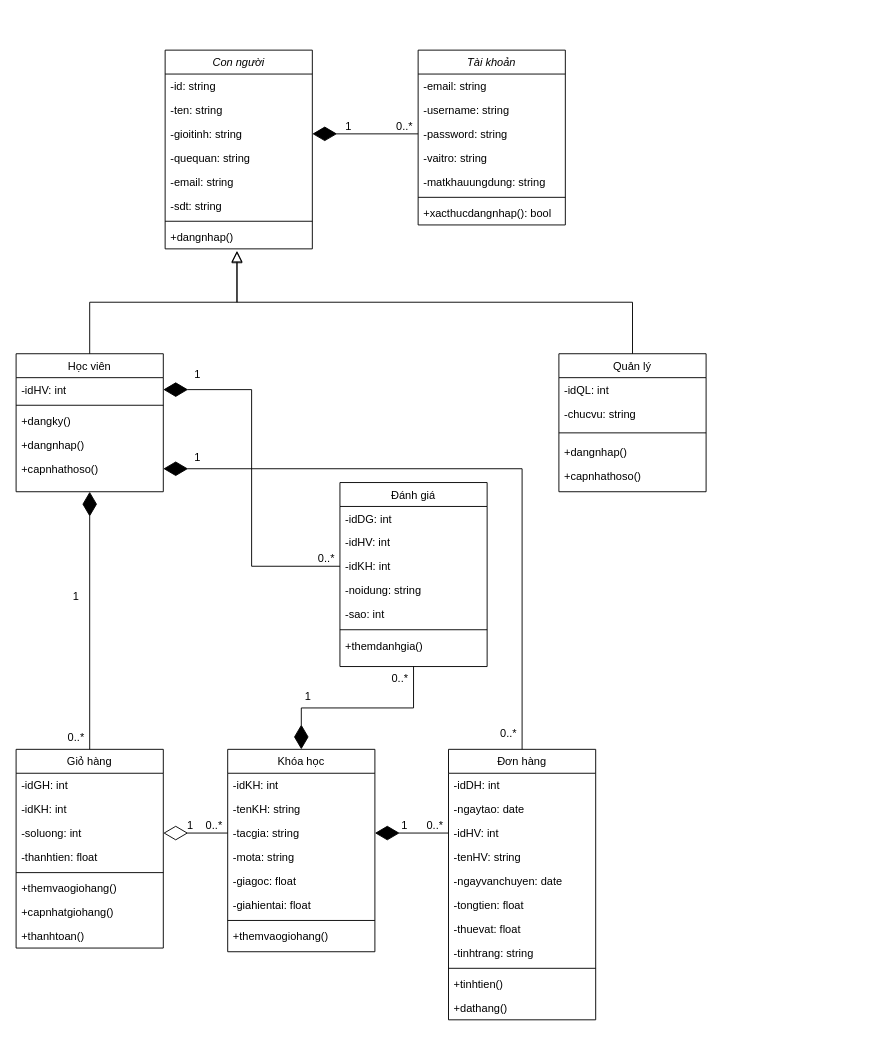
Earlier version of the draw.io diagram SAD Diagrams/class_diagram.drawio (hvt299/do_an_co_so_2). Source tidied: cells renumbered, new cells numbered last; positions are measured from the earlier drawing's top-left corner, leaving out a move shared by most shapes. Both pictures are drawn from the tidied source at 92%, with x=0, y=0 at pixel (16, 50).
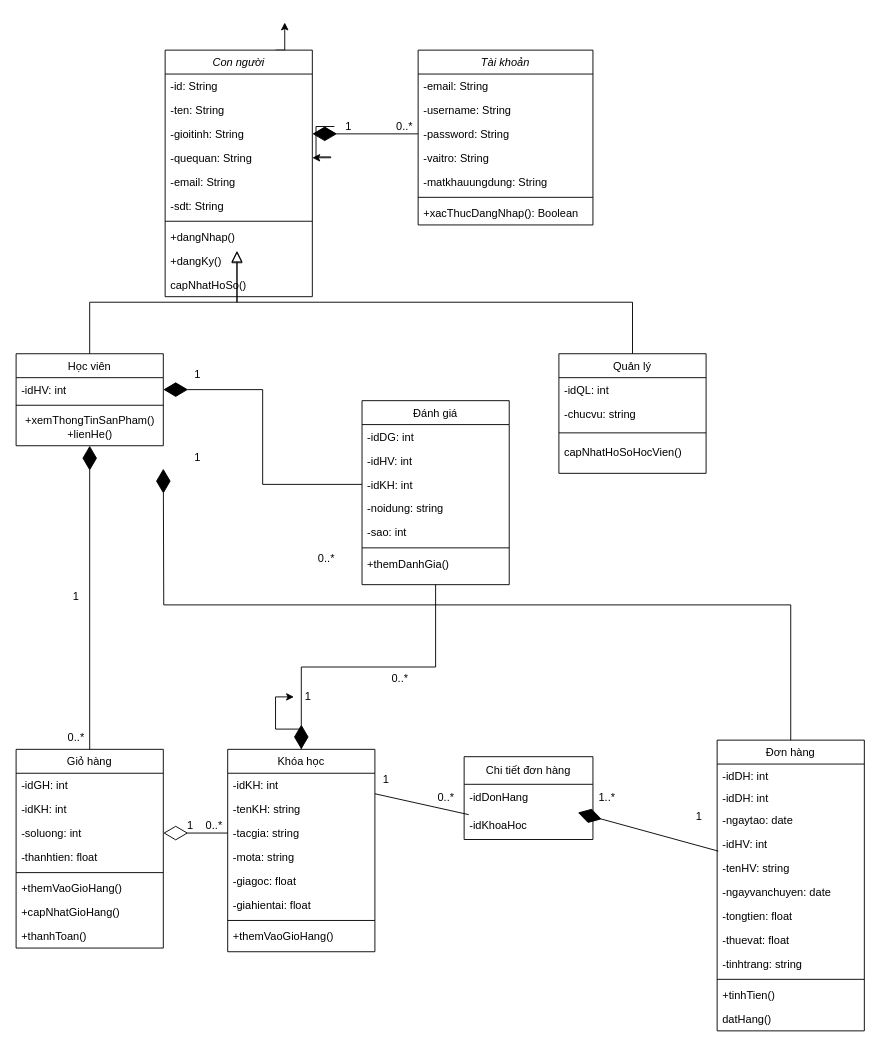
The same diagram, later.

Commit message:
Thay đổi class_diagram

The change refers to these unchanged cells:
```xml
<mxCell id="24" value="Giỏ hàng" style="swimlane;fontStyle=0;align=center;verticalAlign=top;horizontal=1;startSize=26;rounded=0;shadow=0;strokeWidth=1;" parent="1" vertex="1">
  <mxGeometry y="760" width="160" height="216" as="geometry" />
</mxCell>
<mxCell id="51" value="Khóa học" style="swimlane;fontStyle=0;align=center;verticalAlign=top;horizontal=1;startSize=26;rounded=0;shadow=0;strokeWidth=1;" parent="1" vertex="1">
  <mxGeometry x="230" y="760" width="160" height="220" as="geometry" />
</mxCell>
<mxCell id="54" value="-tacgia: string" style="text;align=left;verticalAlign=top;spacingLeft=4;spacingRight=4;overflow=hidden;points=[[0,0.5],[1,0.5]];portConstraint=eastwest;" parent="51" vertex="1">
  <mxGeometry y="78" width="160" height="26" as="geometry" />
</mxCell>
<mxCell id="79" value="&lt;span style=&quot;font-weight: normal;&quot;&gt;1&lt;/span&gt;" style="text;align=center;fontStyle=1;verticalAlign=middle;spacingLeft=3;spacingRight=3;strokeColor=none;points=[[0,0.5],[1,0.5]];portConstraint=eastwest;html=1;" parent="1" vertex="1">
  <mxGeometry x="302" y="690" width="30" height="26" as="geometry" />
</mxCell>
<mxCell id="90" value="&lt;span style=&quot;font-weight: normal;&quot;&gt;1&lt;/span&gt;" style="text;align=center;fontStyle=1;verticalAlign=middle;spacingLeft=3;spacingRight=3;strokeColor=none;points=[[0,0.5],[1,0.5]];portConstraint=eastwest;html=1;" parent="1" vertex="1">
  <mxGeometry x="346" y="70" width="30" height="26" as="geometry" />
</mxCell>
```

Change to the diagram source:
```diff
@@
     <mxCell id="2" value="Tài khoản" style="swimlane;fontStyle=2;align=center;verticalAlign=top;horizontal=1;startSize=26;rounded=0;shadow=0;strokeWidth=1;" parent="1" vertex="1">
-      <mxGeometry x="437" width="160" height="190" as="geometry" />
+      <mxGeometry x="437" width="190" height="190" as="geometry" />
     </mxCell>
-    <mxCell id="3" value="-email: string" style="text;align=left;verticalAlign=top;spacingLeft=4;spacingRight=4;overflow=hidden;" parent="2" vertex="1">
-      <mxGeometry y="26" width="160" height="26" as="geometry" />
+    <mxCell id="3" value="-email: String" style="text;align=left;verticalAlign=top;spacingLeft=4;spacingRight=4;overflow=hidden;" parent="2" vertex="1">
+      <mxGeometry y="26" width="190" height="26" as="geometry" />
     </mxCell>
-    <mxCell id="4" value="-username: string" style="text;align=left;verticalAlign=top;spacingLeft=4;spacingRight=4;overflow=hidden;rounded=0;shadow=0;html=0;" parent="2" vertex="1">
-      <mxGeometry y="52" width="160" height="26" as="geometry" />
+    <mxCell id="4" value="-username: String" style="text;align=left;verticalAlign=top;spacingLeft=4;spacingRight=4;overflow=hidden;rounded=0;shadow=0;html=0;" parent="2" vertex="1">
+      <mxGeometry y="52" width="190" height="26" as="geometry" />
     </mxCell>
-    <mxCell id="5" value="-password: string" style="text;align=left;verticalAlign=top;spacingLeft=4;spacingRight=4;overflow=hidden;points=[[0,0.5],[1,0.5]];portConstraint=eastwest;rounded=0;shadow=0;html=0;" parent="2" vertex="1">
-      <mxGeometry y="78" width="160" height="26" as="geometry" />
+    <mxCell id="5" value="-password: String" style="text;align=left;verticalAlign=top;spacingLeft=4;spacingRight=4;overflow=hidden;points=[[0,0.5],[1,0.5]];portConstraint=eastwest;rounded=0;shadow=0;html=0;" parent="2" vertex="1">
+      <mxGeometry y="78" width="190" height="26" as="geometry" />
     </mxCell>
-    <mxCell id="6" value="-vaitro: string" style="text;align=left;verticalAlign=top;spacingLeft=4;spacingRight=4;overflow=hidden;rounded=0;shadow=0;html=0;" parent="2" vertex="1">
-      <mxGeometry y="104" width="160" height="26" as="geometry" />
+    <mxCell id="6" value="-vaitro: String" style="text;align=left;verticalAlign=top;spacingLeft=4;spacingRight=4;overflow=hidden;rounded=0;shadow=0;html=0;" parent="2" vertex="1">
+      <mxGeometry y="104" width="190" height="26" as="geometry" />
     </mxCell>
-    <mxCell id="7" value="-matkhauungdung: string" style="text;align=left;verticalAlign=top;spacingLeft=4;spacingRight=4;overflow=hidden;rounded=0;shadow=0;html=0;" parent="2" vertex="1">
-      <mxGeometry y="130" width="160" height="26" as="geometry" />
+    <mxCell id="7" value="-matkhauungdung: String" style="text;align=left;verticalAlign=top;spacingLeft=4;spacingRight=4;overflow=hidden;rounded=0;shadow=0;html=0;" parent="2" vertex="1">
+      <mxGeometry y="130" width="190" height="26" as="geometry" />
     </mxCell>
     <mxCell id="8" style="line;html=1;strokeWidth=1;align=left;verticalAlign=middle;spacingTop=-1;spacingLeft=3;spacingRight=3;labelPosition=right;" parent="2" vertex="1">
-      <mxGeometry y="156" width="160" height="8" as="geometry" />
+      <mxGeometry y="156" width="190" height="8" as="geometry" />
     </mxCell>
-    <mxCell id="9" value="+xacthucdangnhap(): bool" style="text;align=left;verticalAlign=top;spacingLeft=4;spacingRight=4;overflow=hidden;" parent="2" vertex="1">
-      <mxGeometry y="164" width="160" height="26" as="geometry" />
+    <mxCell id="9" value="+xacThucDangNhap(): Boolean" style="text;align=left;verticalAlign=top;spacingLeft=4;spacingRight=4;overflow=hidden;" parent="2" vertex="1">
+      <mxGeometry y="164" width="190" height="26" as="geometry" />
     </mxCell>
     <mxCell id="10" value="Học viên" style="swimlane;fontStyle=0;align=center;verticalAlign=top;horizontal=1;startSize=26;rounded=0;shadow=0;strokeWidth=1;" parent="1" vertex="1">
-      <mxGeometry y="330" width="160" height="150" as="geometry" />
+      <mxGeometry y="330" width="160" height="100" as="geometry" />
     </mxCell>
@@
-    <mxCell id="13" value="+dangky()" style="text;align=left;verticalAlign=top;spacingLeft=4;spacingRight=4;overflow=hidden;fontStyle=0;" parent="10" vertex="1">
-      <mxGeometry y="60" width="160" height="26" as="geometry" />
-    </mxCell>
-    <mxCell id="14" value="+dangnhap()" style="text;align=left;verticalAlign=top;spacingLeft=4;spacingRight=4;overflow=hidden;" parent="10" vertex="1">
-      <mxGeometry y="86" width="160" height="26" as="geometry" />
-    </mxCell>
-    <mxCell id="15" value="+capnhathoso()" style="text;align=left;verticalAlign=top;spacingLeft=4;spacingRight=4;overflow=hidden;points=[[0,0.5],[1,0.5]];portConstraint=eastwest;" parent="10" vertex="1">
-      <mxGeometry y="112" width="160" height="26" as="geometry" />
-    </mxCell>
+    <mxCell id="92" value="+xemThongTinSanPham()&lt;br&gt;+lienHe()" style="text;html=1;align=center;verticalAlign=middle;strokeColor=none;fillColor=none;" parent="10" vertex="1">
+      <mxGeometry y="60" width="160" height="40" as="geometry" />
+    </mxCell>
@@
     <mxCell id="17" value="Quản lý" style="swimlane;fontStyle=0;align=center;verticalAlign=top;horizontal=1;startSize=26;rounded=0;shadow=0;strokeWidth=1;" parent="1" vertex="1">
-      <mxGeometry x="590" y="330" width="160" height="150" as="geometry" />
+      <mxGeometry x="590" y="330" width="160" height="130" as="geometry" />
     </mxCell>
@@
-    <mxCell id="21" value="+dangnhap()" style="text;align=left;verticalAlign=top;spacingLeft=4;spacingRight=4;overflow=hidden;" parent="17" vertex="1">
-      <mxGeometry y="94" width="160" height="26" as="geometry" />
-    </mxCell>
-    <mxCell id="22" value="+capnhathoso()" style="text;align=left;verticalAlign=top;spacingLeft=4;spacingRight=4;overflow=hidden;" parent="17" vertex="1">
-      <mxGeometry y="120" width="160" height="26" as="geometry" />
+    <mxCell id="22" value="capNhatHoSoHocVien()" style="text;align=left;verticalAlign=top;spacingLeft=4;spacingRight=4;overflow=hidden;" parent="17" vertex="1">
+      <mxGeometry y="94" width="160" height="26" as="geometry" />
     </mxCell>
@@
-    <mxCell id="30" value="+themvaogiohang()" style="text;align=left;verticalAlign=top;spacingLeft=4;spacingRight=4;overflow=hidden;fontStyle=0;" parent="24" vertex="1">
+    <mxCell id="30" value="+themVaoGioHang()" style="text;align=left;verticalAlign=top;spacingLeft=4;spacingRight=4;overflow=hidden;fontStyle=0;" parent="24" vertex="1">
       <mxGeometry y="138" width="160" height="26" as="geometry" />
     </mxCell>
-    <mxCell id="31" value="+capnhatgiohang()" style="text;align=left;verticalAlign=top;spacingLeft=4;spacingRight=4;overflow=hidden;" parent="24" vertex="1">
+    <mxCell id="31" value="+capNhatGioHang()" style="text;align=left;verticalAlign=top;spacingLeft=4;spacingRight=4;overflow=hidden;" parent="24" vertex="1">
       <mxGeometry y="164" width="160" height="26" as="geometry" />
     </mxCell>
-    <mxCell id="32" value="+thanhtoan()" style="text;align=left;verticalAlign=top;spacingLeft=4;spacingRight=4;overflow=hidden;" parent="24" vertex="1">
+    <mxCell id="32" value="+thanhToan()" style="text;align=left;verticalAlign=top;spacingLeft=4;spacingRight=4;overflow=hidden;" parent="24" vertex="1">
       <mxGeometry y="190" width="160" height="26" as="geometry" />
     </mxCell>
@@
     <mxCell id="36" value="Đơn hàng" style="swimlane;fontStyle=0;align=center;verticalAlign=top;horizontal=1;startSize=26;rounded=0;shadow=0;strokeWidth=1;" parent="1" vertex="1">
-      <mxGeometry x="470" y="760" width="160" height="294" as="geometry" />
+      <mxGeometry x="762" y="750" width="160" height="316" as="geometry" />
     </mxCell>
+    <mxCell id="93" value="-idDH: int" style="text;align=left;verticalAlign=top;spacingLeft=4;spacingRight=4;overflow=hidden;" parent="36" vertex="1">
+      <mxGeometry y="26" width="160" height="24" as="geometry" />
+    </mxCell>
     <mxCell id="37" value="-idDH: int" style="text;align=left;verticalAlign=top;spacingLeft=4;spacingRight=4;overflow=hidden;" parent="36" vertex="1">
-      <mxGeometry y="26" width="160" height="26" as="geometry" />
+      <mxGeometry y="50" width="160" height="24" as="geometry" />
     </mxCell>
     <mxCell id="38" value="-ngaytao: date" style="text;align=left;verticalAlign=top;spacingLeft=4;spacingRight=4;overflow=hidden;rounded=0;shadow=0;html=0;" parent="36" vertex="1">
-      <mxGeometry y="52" width="160" height="26" as="geometry" />
+      <mxGeometry y="74" width="160" height="26" as="geometry" />
     </mxCell>
     <mxCell id="39" value="-idHV: int" style="text;align=left;verticalAlign=top;spacingLeft=4;spacingRight=4;overflow=hidden;points=[[0,0.5],[1,0.5]];portConstraint=eastwest;" parent="36" vertex="1">
-      <mxGeometry y="78" width="160" height="26" as="geometry" />
+      <mxGeometry y="100" width="160" height="26" as="geometry" />
     </mxCell>
     <mxCell id="40" value="-tenHV: string" style="text;align=left;verticalAlign=top;spacingLeft=4;spacingRight=4;overflow=hidden;points=[[0,0.5],[1,0.5]];portConstraint=eastwest;" parent="36" vertex="1">
-      <mxGeometry y="104" width="160" height="26" as="geometry" />
+      <mxGeometry y="126" width="160" height="26" as="geometry" />
     </mxCell>
     <mxCell id="41" value="-ngayvanchuyen: date" style="text;align=left;verticalAlign=top;spacingLeft=4;spacingRight=4;overflow=hidden;" parent="36" vertex="1">
-      <mxGeometry y="130" width="160" height="26" as="geometry" />
+      <mxGeometry y="152" width="160" height="26" as="geometry" />
     </mxCell>
     <mxCell id="42" value="-tongtien: float" style="text;align=left;verticalAlign=top;spacingLeft=4;spacingRight=4;overflow=hidden;" parent="36" vertex="1">
-      <mxGeometry y="156" width="160" height="26" as="geometry" />
+      <mxGeometry y="178" width="160" height="26" as="geometry" />
     </mxCell>
     <mxCell id="43" value="-thuevat: float" style="text;align=left;verticalAlign=top;spacingLeft=4;spacingRight=4;overflow=hidden;" parent="36" vertex="1">
-      <mxGeometry y="182" width="160" height="26" as="geometry" />
+      <mxGeometry y="204" width="160" height="26" as="geometry" />
     </mxCell>
     <mxCell id="44" value="-tinhtrang: string" style="text;align=left;verticalAlign=top;spacingLeft=4;spacingRight=4;overflow=hidden;" parent="36" vertex="1">
-      <mxGeometry y="208" width="160" height="26" as="geometry" />
+      <mxGeometry y="230" width="160" height="26" as="geometry" />
     </mxCell>
     <mxCell id="45" style="line;html=1;strokeWidth=1;align=left;verticalAlign=middle;spacingTop=-1;spacingLeft=3;spacingRight=3;labelPosition=right;" parent="36" vertex="1">
-      <mxGeometry y="234" width="160" height="8" as="geometry" />
+      <mxGeometry y="256" width="160" height="8" as="geometry" />
     </mxCell>
-    <mxCell id="46" value="+tinhtien()" style="text;align=left;verticalAlign=top;spacingLeft=4;spacingRight=4;overflow=hidden;" parent="36" vertex="1">
-      <mxGeometry y="242" width="160" height="26" as="geometry" />
+    <mxCell id="46" value="+tinhTien()" style="text;align=left;verticalAlign=top;spacingLeft=4;spacingRight=4;overflow=hidden;" parent="36" vertex="1">
+      <mxGeometry y="264" width="160" height="26" as="geometry" />
     </mxCell>
-    <mxCell id="47" value="+dathang()" style="text;align=left;verticalAlign=top;spacingLeft=4;spacingRight=4;overflow=hidden;" parent="36" vertex="1">
-      <mxGeometry y="268" width="160" height="26" as="geometry" />
+    <mxCell id="47" value="datHang()" style="text;align=left;verticalAlign=top;spacingLeft=4;spacingRight=4;overflow=hidden;" parent="36" vertex="1">
+      <mxGeometry y="290" width="160" height="26" as="geometry" />
     </mxCell>
-    <mxCell id="48" style="endArrow=diamondThin;endFill=1;endSize=24;html=1;rounded=0;exitX=0.5;exitY=0;exitDx=0;exitDy=0;edgeStyle=orthogonalEdgeStyle;" parent="1" edge="1" source="36" target="15">
-      <mxGeometry relative="1" as="geometry" />
+    <mxCell id="48" style="endArrow=diamondThin;endFill=1;endSize=24;html=1;rounded=0;exitX=0.5;exitY=0;exitDx=0;exitDy=0;edgeStyle=orthogonalEdgeStyle;" parent="1" edge="1" source="36">
+      <mxGeometry relative="1" as="geometry">
+        <mxPoint x="160" y="455" as="targetPoint" />
+      </mxGeometry>
     </mxCell>
@@
-    <mxCell id="50" value="&lt;span style=&quot;font-weight: normal;&quot;&gt;0..*&lt;/span&gt;" style="text;align=center;fontStyle=1;verticalAlign=middle;spacingLeft=3;spacingRight=3;strokeColor=none;html=1;" parent="1" vertex="1">
-      <mxGeometry x="520" y="730" width="30" height="26" as="geometry" />
-    </mxCell>
+    <mxCell id="94" style="edgeStyle=orthogonalEdgeStyle;rounded=0;jettySize=auto;html=1;" parent="1" edge="1" source="51" target="79">
+      <mxGeometry relative="1" as="geometry" />
+    </mxCell>
@@
-    <mxCell id="59" value="+themvaogiohang()" style="text;align=left;verticalAlign=top;spacingLeft=4;spacingRight=4;overflow=hidden;fontStyle=0;" parent="51" vertex="1">
+    <mxCell id="59" value="+themVaoGioHang()" style="text;align=left;verticalAlign=top;spacingLeft=4;spacingRight=4;overflow=hidden;fontStyle=0;" parent="51" vertex="1">
       <mxGeometry y="190" width="160" height="26" as="geometry" />
     </mxCell>
@@
-    <mxCell id="63" style="endArrow=diamondThin;endFill=1;endSize=24;html=1;rounded=0;exitX=0;exitY=0.5;exitDx=0;exitDy=0;entryX=1;entryY=0.5;entryDx=0;entryDy=0;" parent="1" edge="1" source="39" target="54">
-      <mxGeometry relative="1" as="geometry" />
-    </mxCell>
-    <mxCell id="64" value="&lt;span style=&quot;font-weight: normal;&quot;&gt;0..*&lt;/span&gt;" style="text;align=center;fontStyle=1;verticalAlign=middle;spacingLeft=3;spacingRight=3;strokeColor=none;html=1;" parent="1" vertex="1">
-      <mxGeometry x="440" y="830" width="30" height="26" as="geometry" />
-    </mxCell>
-    <mxCell id="65" value="&lt;span style=&quot;font-weight: normal;&quot;&gt;1&lt;/span&gt;" style="text;align=center;fontStyle=1;verticalAlign=middle;spacingLeft=3;spacingRight=3;strokeColor=none;html=1;" parent="1" vertex="1">
-      <mxGeometry x="407" y="830" width="30" height="26" as="geometry" />
-    </mxCell>
     <mxCell id="66" value="Đánh giá" style="swimlane;fontStyle=0;align=center;verticalAlign=top;horizontal=1;startSize=26;rounded=0;shadow=0;strokeWidth=1;" parent="1" vertex="1">
-      <mxGeometry x="352" y="470" width="160" height="200" as="geometry" />
+      <mxGeometry x="376" y="381" width="160" height="200" as="geometry" />
     </mxCell>
@@
-    <mxCell id="73" value="+themdanhgia()" style="text;align=left;verticalAlign=top;spacingLeft=4;spacingRight=4;overflow=hidden;fontStyle=0;" parent="66" vertex="1">
+    <mxCell id="73" value="+themDanhGia()" style="text;align=left;verticalAlign=top;spacingLeft=4;spacingRight=4;overflow=hidden;fontStyle=0;" parent="66" vertex="1">
       <mxGeometry y="164" width="160" height="26" as="geometry" />
     </mxCell>
@@
+    <mxCell id="95" style="edgeStyle=orthogonalEdgeStyle;rounded=0;jettySize=auto;html=1;exitX=0.75;exitY=0;exitDx=0;exitDy=0;" parent="1" edge="1" source="80">
+      <mxGeometry relative="1" as="geometry">
+        <mxPoint x="292" y="-30" as="targetPoint" />
+      </mxGeometry>
+    </mxCell>
     <mxCell id="80" value="Con người" style="swimlane;fontStyle=2;align=center;verticalAlign=top;horizontal=1;startSize=26;rounded=0;shadow=0;strokeWidth=1;" parent="1" vertex="1">
-      <mxGeometry x="162" width="160" height="216" as="geometry" />
+      <mxGeometry x="162" width="160" height="268" as="geometry" />
     </mxCell>
-    <mxCell id="81" value="-id: string" style="text;align=left;verticalAlign=top;spacingLeft=4;spacingRight=4;overflow=hidden;" parent="80" vertex="1">
+    <mxCell id="81" value="-id: String" style="text;align=left;verticalAlign=top;spacingLeft=4;spacingRight=4;overflow=hidden;" parent="80" vertex="1">
       <mxGeometry y="26" width="160" height="26" as="geometry" />
     </mxCell>
-    <mxCell id="82" value="-ten: string" style="text;align=left;verticalAlign=top;spacingLeft=4;spacingRight=4;overflow=hidden;rounded=0;shadow=0;html=0;" parent="80" vertex="1">
+    <mxCell id="82" value="-ten: String" style="text;align=left;verticalAlign=top;spacingLeft=4;spacingRight=4;overflow=hidden;rounded=0;shadow=0;html=0;" parent="80" vertex="1">
       <mxGeometry y="52" width="160" height="26" as="geometry" />
     </mxCell>
-    <mxCell id="83" value="-gioitinh: string" style="text;align=left;verticalAlign=top;spacingLeft=4;spacingRight=4;overflow=hidden;points=[[0,0.5],[1,0.5]];portConstraint=eastwest;rounded=0;shadow=0;html=0;" parent="80" vertex="1">
+    <mxCell id="83" value="-gioitinh: String" style="text;align=left;verticalAlign=top;spacingLeft=4;spacingRight=4;overflow=hidden;points=[[0,0.5],[1,0.5]];portConstraint=eastwest;rounded=0;shadow=0;html=0;" parent="80" vertex="1">
       <mxGeometry y="78" width="160" height="26" as="geometry" />
     </mxCell>
-    <mxCell id="84" value="-quequan: string" style="text;align=left;verticalAlign=top;spacingLeft=4;spacingRight=4;overflow=hidden;points=[[0,0.5],[1,0.5]];portConstraint=eastwest;rounded=0;shadow=0;html=0;" parent="80" vertex="1">
+    <mxCell id="84" value="-quequan: String" style="text;align=left;verticalAlign=top;spacingLeft=4;spacingRight=4;overflow=hidden;points=[[0,0.5],[1,0.5]];portConstraint=eastwest;rounded=0;shadow=0;html=0;" parent="80" vertex="1">
       <mxGeometry y="104" width="160" height="26" as="geometry" />
     </mxCell>
-    <mxCell id="85" value="-email: string" style="text;align=left;verticalAlign=top;spacingLeft=4;spacingRight=4;overflow=hidden;rounded=0;shadow=0;html=0;" parent="80" vertex="1">
+    <mxCell id="85" value="-email: String" style="text;align=left;verticalAlign=top;spacingLeft=4;spacingRight=4;overflow=hidden;rounded=0;shadow=0;html=0;" parent="80" vertex="1">
       <mxGeometry y="130" width="160" height="26" as="geometry" />
     </mxCell>
-    <mxCell id="86" value="-sdt: string" style="text;align=left;verticalAlign=top;spacingLeft=4;spacingRight=4;overflow=hidden;rounded=0;shadow=0;html=0;" parent="80" vertex="1">
+    <mxCell id="86" value="-sdt: String" style="text;align=left;verticalAlign=top;spacingLeft=4;spacingRight=4;overflow=hidden;rounded=0;shadow=0;html=0;" parent="80" vertex="1">
       <mxGeometry y="156" width="160" height="26" as="geometry" />
     </mxCell>
@@
-    <mxCell id="88" value="+dangnhap()" style="text;align=left;verticalAlign=top;spacingLeft=4;spacingRight=4;overflow=hidden;points=[[0,0.5],[1,0.5]];portConstraint=eastwest;" parent="80" vertex="1">
+    <mxCell id="88" value="+dangNhap()" style="text;align=left;verticalAlign=top;spacingLeft=4;spacingRight=4;overflow=hidden;points=[[0,0.5],[1,0.5]];portConstraint=eastwest;" parent="80" vertex="1">
       <mxGeometry y="190" width="160" height="26" as="geometry" />
     </mxCell>
+    <mxCell id="96" value="+dangKy()" style="text;align=left;verticalAlign=top;spacingLeft=4;spacingRight=4;overflow=hidden;" parent="80" vertex="1">
+      <mxGeometry y="216" width="160" height="26" as="geometry" />
+    </mxCell>
+    <mxCell id="97" value="capNhatHoSo()" style="text;align=left;verticalAlign=top;spacingLeft=4;spacingRight=4;overflow=hidden;" parent="80" vertex="1">
+      <mxGeometry y="242" width="160" height="26" as="geometry" />
+    </mxCell>
@@
+    <mxCell id="98" style="edgeStyle=orthogonalEdgeStyle;rounded=0;jettySize=auto;html=1;" parent="1" edge="1" source="90" target="84">
+      <mxGeometry relative="1" as="geometry" />
+    </mxCell>
@@
+    <mxCell id="99" value="Chi tiết đơn hàng" style="swimlane;fontStyle=0;horizontal=1;startSize=30;whiteSpace=wrap;html=1;" parent="1" vertex="1">
+      <mxGeometry x="487" y="768" width="140" height="90" as="geometry" />
+    </mxCell>
+    <mxCell id="100" value="-idDonHang" style="text;strokeColor=none;fillColor=none;align=left;verticalAlign=middle;spacingLeft=4;spacingRight=4;overflow=hidden;whiteSpace=wrap;html=1;" parent="99" vertex="1">
+      <mxGeometry y="30" width="140" height="30" as="geometry" />
+    </mxCell>
+    <mxCell id="101" value="-idKhoaHoc" style="text;strokeColor=none;fillColor=none;align=left;verticalAlign=middle;spacingLeft=4;spacingRight=4;overflow=hidden;points=[[0,0.5],[1,0.5]];portConstraint=eastwest;whiteSpace=wrap;html=1;" parent="99" vertex="1">
+      <mxGeometry y="60" width="140" height="30" as="geometry" />
+    </mxCell>
+    <mxCell id="102" style="endArrow=none;html=1;rounded=0;exitX=0.976;exitY=-0.141;exitDx=0;exitDy=0;exitPerimeter=0;entryX=0.036;entryY=0.1;entryDx=0;entryDy=0;entryPerimeter=0;" parent="1" edge="1" target="101">
+      <mxGeometry relative="1" as="geometry">
+        <mxPoint x="390" y="808.3" as="sourcePoint" />
+      </mxGeometry>
+    </mxCell>
+    <mxCell id="103" value="1" style="text;html=1;align=center;verticalAlign=middle;strokeColor=none;fillColor=none;" parent="1" vertex="1">
+      <mxGeometry x="387" y="778" width="30" height="30" as="geometry" />
+    </mxCell>
+    <mxCell id="104" value="0..*" style="text;html=1;align=center;verticalAlign=middle;strokeColor=none;fillColor=none;" parent="1" vertex="1">
+      <mxGeometry x="447" y="798" width="40" height="30" as="geometry" />
+    </mxCell>
+    <mxCell id="105" style="endArrow=diamondThin;endFill=1;endSize=24;html=1;rounded=0;entryX=0.883;entryY=0.025;entryDx=0;entryDy=0;entryPerimeter=0;exitX=0.008;exitY=-0.206;exitDx=0;exitDy=0;exitPerimeter=0;" parent="1" edge="1" source="40" target="101">
+      <mxGeometry relative="1" as="geometry" />
+    </mxCell>
+    <mxCell id="106" value="1" style="text;html=1;align=center;verticalAlign=middle;strokeColor=none;fillColor=none;" parent="1" vertex="1">
+      <mxGeometry x="727" y="818" width="30" height="30" as="geometry" />
+    </mxCell>
+    <mxCell id="107" value="1..*" style="text;html=1;align=center;verticalAlign=middle;strokeColor=none;fillColor=none;" parent="1" vertex="1">
+      <mxGeometry x="622" y="798" width="40" height="30" as="geometry" />
+    </mxCell>
```
